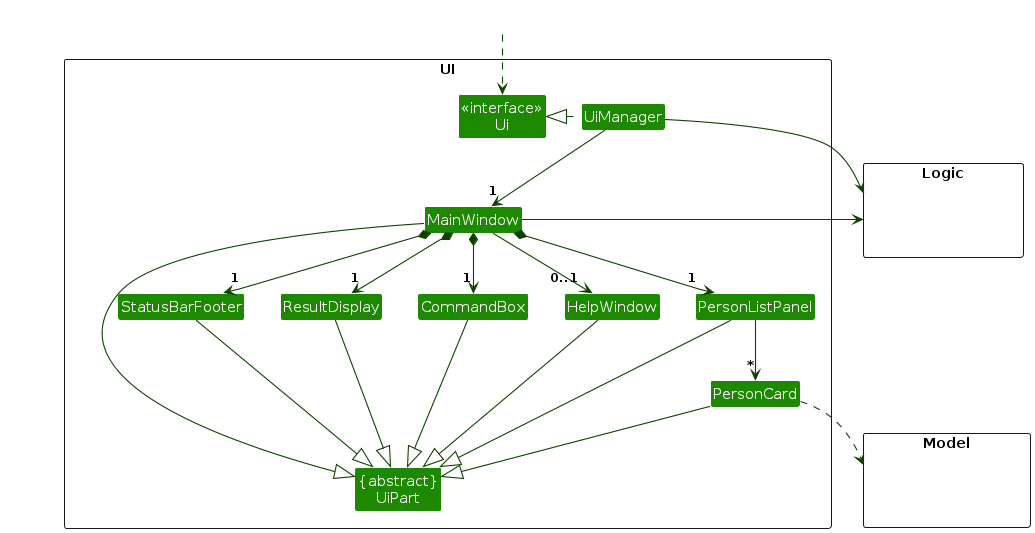
The PlantUML diagram diagrams/UiClassDiagram.png in AY2627S1-CS2103T-T12-2/tp, before a commit. Its source is kept beside it as diagrams/UiClassDiagram.puml.
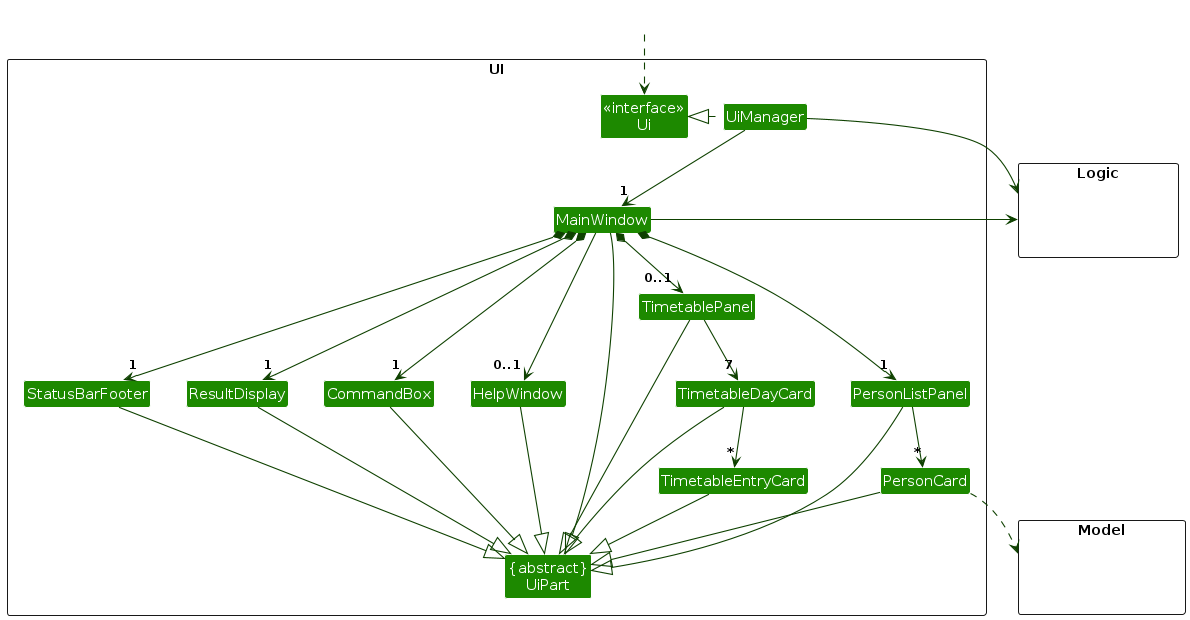
Above is the later version.

Change to the diagram source:
```diff
@@ -13,6 +13,9 @@
 Class ResultDisplay
 Class PersonListPanel
 Class PersonCard
+Class TimetablePanel
+Class TimetableDayCard
+Class TimetableEntryCard
 Class StatusBarFooter
 Class CommandBox
 }
@@ -33,10 +36,13 @@
 MainWindow *-down->  "1" CommandBox
 MainWindow *-down-> "1" ResultDisplay
 MainWindow *-down-> "1" PersonListPanel
+MainWindow *-down-> "0..1" TimetablePanel
 MainWindow *-down-> "1" StatusBarFooter
 MainWindow --> "0..1" HelpWindow
 
 PersonListPanel -down-> "*" PersonCard
+TimetablePanel -down-> "7" TimetableDayCard
+TimetableDayCard -down-> "*" TimetableEntryCard
 
 MainWindow -left-|> UiPart
 
@@ -44,6 +50,9 @@
 CommandBox --|> UiPart
 PersonListPanel --|> UiPart
 PersonCard --|> UiPart
+TimetablePanel --|> UiPart
+TimetableDayCard --|> UiPart
+TimetableEntryCard --|> UiPart
 StatusBarFooter --|> UiPart
 HelpWindow --|> UiPart
 
```
